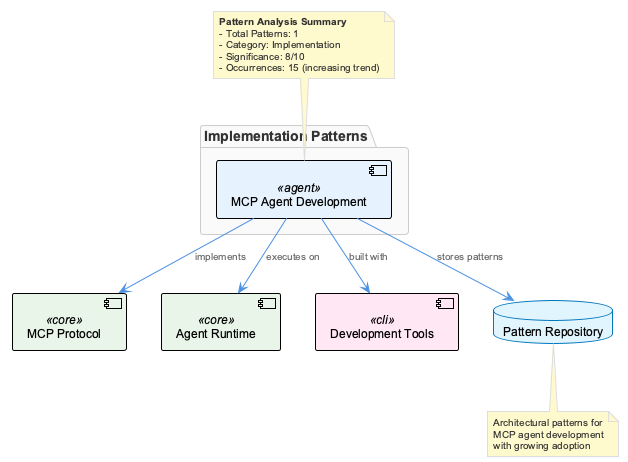
This is knowledge-management/insights/images/mcp-agent-development-pattern-architecture.png from fwornle/coding, a PlantUML export, as it was before one commit.
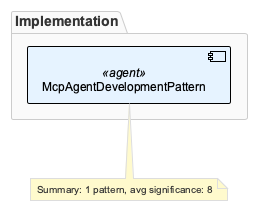
After the change.

Diff of the diagram source:
```diff
@@ -1,32 +1,12 @@
 @startuml
 !include /Users/q284340/Agentic/coding/docs/puml/_standard-style.puml
 
-package "Implementation Patterns" {
-  component "MCP Agent Development" as mcpAgent <<agent>>
+package "Implementation" {
+  component "McpAgentDevelopmentPattern" as madp <<agent>>
 }
 
-component "MCP Protocol" as mcpProtocol <<core>>
-component "Agent Runtime" as runtime <<core>>
-component "Development Tools" as devTools <<cli>>
-database "Pattern Repository" as patternRepo
+note "Summary: 1 pattern, avg significance: 8" as summary
 
-mcpAgent --> mcpProtocol : "implements"
-mcpAgent --> runtime : "executes on"
-mcpAgent --> devTools : "built with"
-mcpAgent --> patternRepo : "stores patterns"
-
-note top of mcpAgent
-**Pattern Analysis Summary**
-- Total Patterns: 1
-- Category: Implementation
-- Significance: 8/10
-- Occurrences: 15 (increasing trend)
-end note
-
-note bottom of patternRepo
-Architectural patterns for
-MCP agent development
-with growing adoption
-end note
+madp --> summary : relates to
 
 @enduml
```
